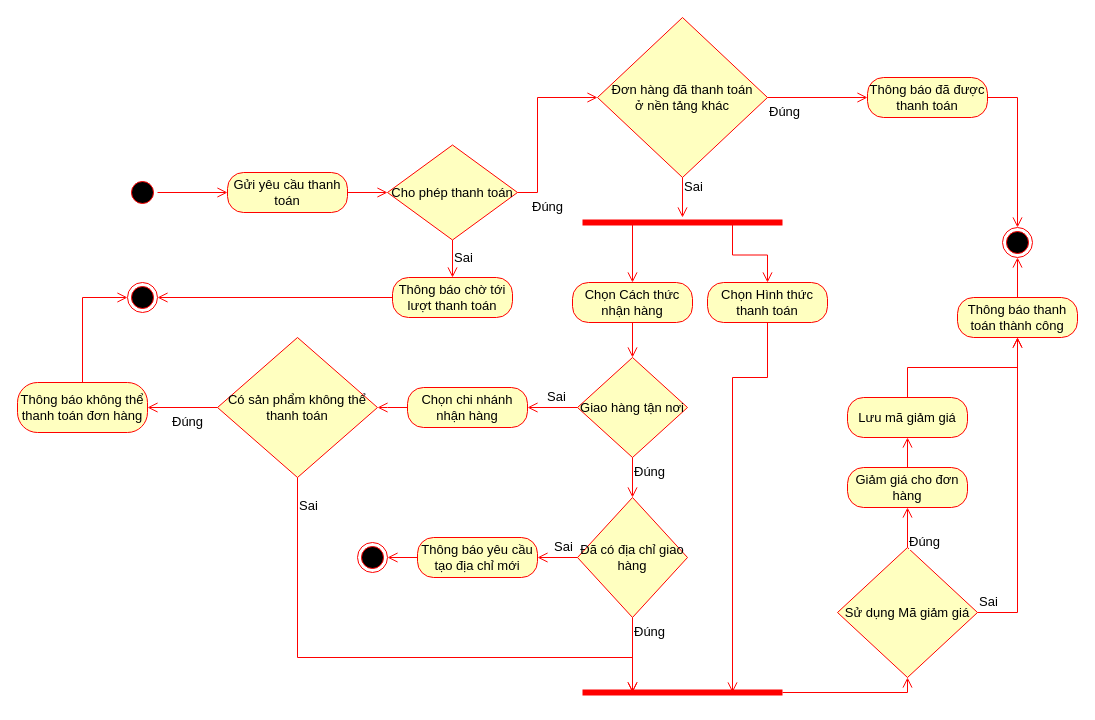
Earlier version of the draw.io diagram Mô hình/Activity/Thanh toán.drawio (LammVuu/DATT). Source tidied: cells renumbered, new cells numbered last; positions are measured from the earlier drawing's top-left corner, leaving out a move shared by most shapes. Both pictures are drawn from the tidied source at 100%, with x=0, y=0 at pixel (17, 17).
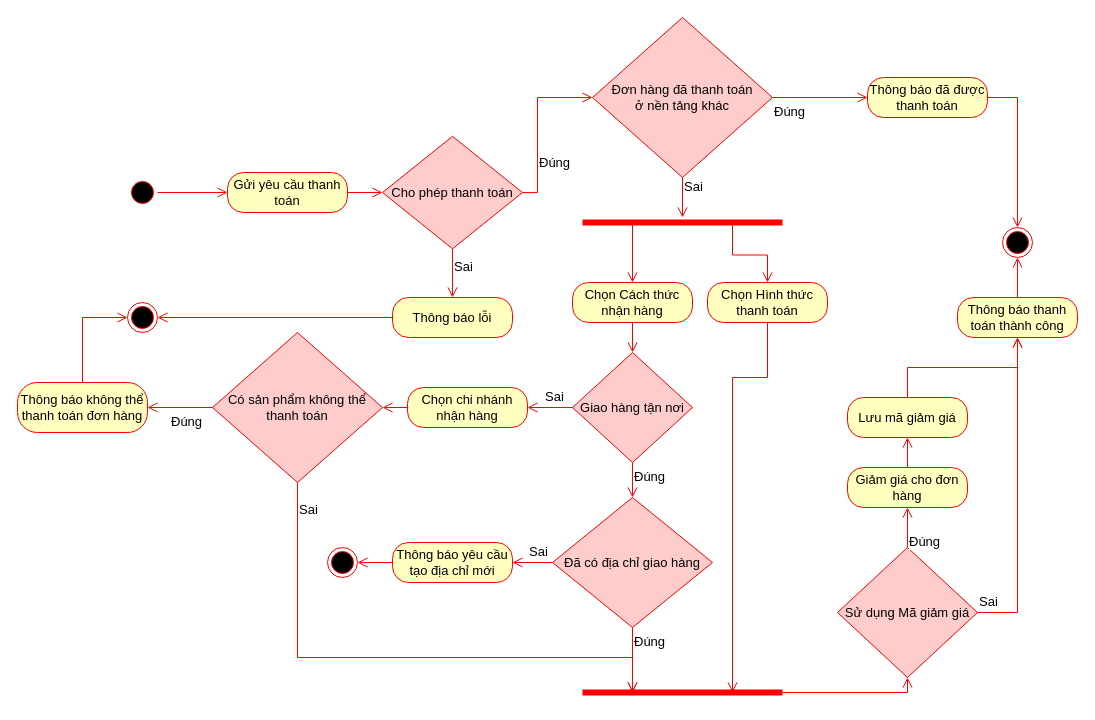
The same diagram, later.

Diff of the diagram source:
```diff
@@
-    <mxCell id="4" value="Thông báo chờ tới lượt thanh toán" style="rounded=1;whiteSpace=wrap;html=1;arcSize=40;fontColor=#000000;fillColor=#ffffc0;strokeColor=#ff0000;fontSize=13;" parent="1" vertex="1">
-      <mxGeometry x="375" y="260" width="120" height="40" as="geometry" />
+    <mxCell id="4" value="Thông báo lỗi" style="rounded=1;whiteSpace=wrap;html=1;arcSize=40;fontColor=#000000;fillColor=#ffffc0;strokeColor=#ff0000;fontSize=13;" parent="1" vertex="1">
+      <mxGeometry x="375" y="280" width="120" height="40" as="geometry" />
     </mxCell>
@@
     <mxCell id="6" style="ellipse;html=1;shape=endState;fillColor=#000000;strokeColor=#ff0000;fontSize=13;" parent="1" vertex="1">
-      <mxGeometry x="110" y="265" width="30" height="30" as="geometry" />
+      <mxGeometry x="110" y="285" width="30" height="30" as="geometry" />
     </mxCell>
@@
-    <mxCell id="9" value="Cho phép thanh toán" style="rhombus;whiteSpace=wrap;html=1;fillColor=#ffffc0;strokeColor=#ff0000;fontSize=13;" parent="1" vertex="1">
-      <mxGeometry x="370" y="127.5" width="130" height="95" as="geometry" />
+    <mxCell id="9" value="Cho phép thanh toán" style="rhombus;whiteSpace=wrap;html=1;fillColor=#FFCCCC;strokeColor=#FF0000;fontSize=13;" parent="1" vertex="1">
+      <mxGeometry x="365" y="118.8" width="140" height="112.5" as="geometry" />
     </mxCell>
     <mxCell id="10" value="Sai" style="edgeStyle=orthogonalEdgeStyle;html=1;align=left;verticalAlign=bottom;endArrow=open;endSize=8;strokeColor=#ff0000;rounded=0;entryX=0.5;entryY=0;entryDx=0;entryDy=0;fontSize=13;" parent="1" edge="1" source="9" target="4">
-      <mxGeometry x="0.47" relative="1" as="geometry" />
+      <mxGeometry x="0.18" relative="1" as="geometry" />
     </mxCell>
     <mxCell id="11" value="Đúng" style="edgeStyle=orthogonalEdgeStyle;html=1;align=left;verticalAlign=top;endArrow=open;endSize=8;strokeColor=#ff0000;rounded=0;exitX=1;exitY=0.5;exitDx=0;exitDy=0;entryX=0;entryY=0.5;entryDx=0;entryDy=0;fontSize=13;" parent="1" edge="1" source="9" target="47">
-      <mxGeometry x="-0.85" relative="1" as="geometry">
+      <mxGeometry x="-0.29" relative="1" as="geometry">
         <Array as="points">
           <mxPoint x="520" y="175" />
           <mxPoint x="520" y="80" />
         </Array>
       </mxGeometry>
     </mxCell>
@@
-    <mxCell id="17" value="Giao hàng tận nơi" style="rhombus;whiteSpace=wrap;html=1;fillColor=#ffffc0;strokeColor=#ff0000;fontSize=13;" parent="1" vertex="1">
-      <mxGeometry x="560" y="340" width="110" height="100" as="geometry" />
+    <mxCell id="17" value="Giao hàng tận nơi" style="rhombus;whiteSpace=wrap;html=1;fillColor=#FFCCCC;strokeColor=#FF0000;fontSize=13;" parent="1" vertex="1">
+      <mxGeometry x="555" y="335" width="120" height="110" as="geometry" />
     </mxCell>
@@
-    <mxCell id="22" value="Có sản phẩm không thể thanh toán" style="rhombus;whiteSpace=wrap;html=1;fillColor=#ffffc0;strokeColor=#ff0000;fontSize=13;" parent="1" vertex="1">
-      <mxGeometry x="200" y="320" width="160" height="140" as="geometry" />
+    <mxCell id="22" value="Có sản phẩm không thể thanh toán" style="rhombus;whiteSpace=wrap;html=1;fillColor=#FFCCCC;strokeColor=#FF0000;fontSize=13;" parent="1" vertex="1">
+      <mxGeometry x="195" y="315" width="170" height="150" as="geometry" />
     </mxCell>
@@
-    <mxCell id="27" value="Đã có địa chỉ giao hàng" style="rhombus;whiteSpace=wrap;html=1;fillColor=#ffffc0;strokeColor=#ff0000;fontSize=13;" parent="1" vertex="1">
-      <mxGeometry x="560" y="480" width="110" height="120" as="geometry" />
+    <mxCell id="27" value="Đã có địa chỉ giao hàng" style="rhombus;whiteSpace=wrap;html=1;fillColor=#FFCCCC;strokeColor=#FF0000;fontSize=13;" parent="1" vertex="1">
+      <mxGeometry x="535" y="480" width="160" height="130" as="geometry" />
     </mxCell>
@@
     <mxCell id="34" value="Thông báo yêu cầu tạo địa chỉ mới" style="rounded=1;whiteSpace=wrap;html=1;arcSize=40;fontColor=#000000;fillColor=#ffffc0;strokeColor=#ff0000;fontSize=13;" parent="1" vertex="1">
-      <mxGeometry x="400" y="520" width="120" height="40" as="geometry" />
+      <mxGeometry x="375" y="525" width="120" height="40" as="geometry" />
     </mxCell>
@@
     <mxCell id="36" style="ellipse;html=1;shape=endState;fillColor=#000000;strokeColor=#ff0000;fontSize=13;" parent="1" vertex="1">
-      <mxGeometry x="340" y="525" width="30" height="30" as="geometry" />
+      <mxGeometry x="310" y="530" width="30" height="30" as="geometry" />
     </mxCell>
-    <mxCell id="37" value="Sử dụng Mã giảm giá" style="rhombus;whiteSpace=wrap;html=1;fillColor=#ffffc0;strokeColor=#ff0000;fontSize=13;" parent="1" vertex="1">
+    <mxCell id="37" value="Sử dụng Mã giảm giá" style="rhombus;whiteSpace=wrap;html=1;fillColor=#FFCCCC;strokeColor=#FF0000;fontSize=13;" parent="1" vertex="1">
       <mxGeometry x="820" y="530" width="140" height="130" as="geometry" />
     </mxCell>
@@
-    <mxCell id="47" value="Đơn hàng đã thanh toán&lt;br&gt;ở nền tảng khác" style="rhombus;whiteSpace=wrap;html=1;fillColor=#ffffc0;strokeColor=#ff0000;fontSize=13;" parent="1" vertex="1">
-      <mxGeometry x="580" width="170" height="160" as="geometry" />
+    <mxCell id="47" value="Đơn hàng đã thanh toán&lt;br&gt;ở nền tảng khác" style="rhombus;whiteSpace=wrap;html=1;fillColor=#FFCCCC;strokeColor=#FF0000;fontSize=13;" parent="1" vertex="1">
+      <mxGeometry x="575" width="180" height="160" as="geometry" />
     </mxCell>
```
